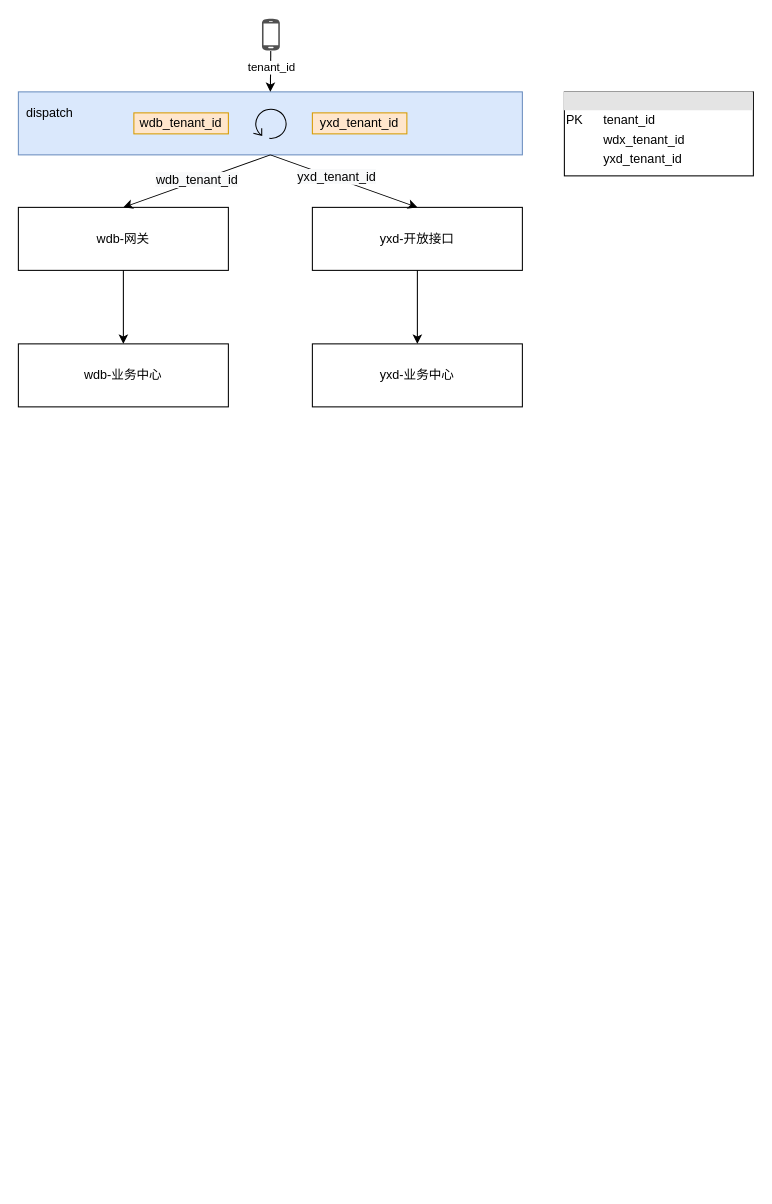
Above: 万店宝门店通融合.drawio in boyka1234/district (draw.io), before the change. Source tidied: cells renumbered, new cells numbered last; positions are measured from the earlier drawing's top-left corner, leaving out a move shared by most shapes. Both pictures are drawn from the tidied source at 105%, with x=0, y=0 at pixel (18, 18).
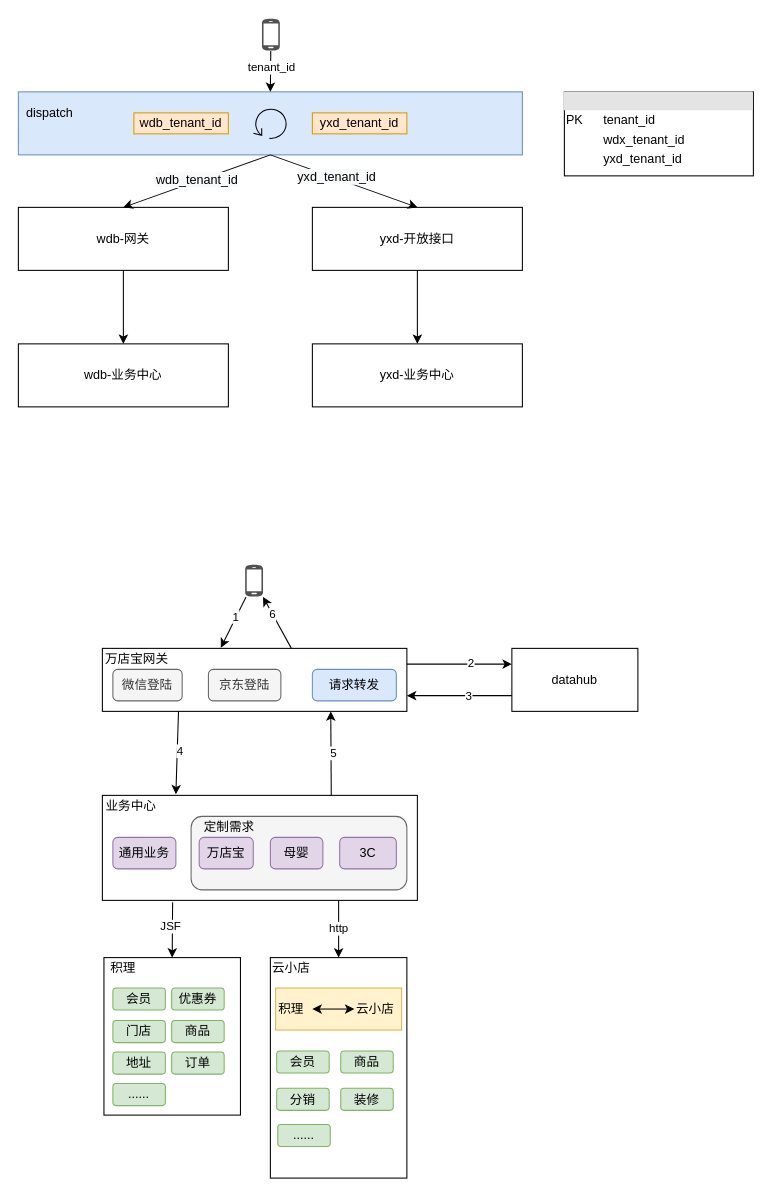
Above is the later version.

Commit message:
Update 万店宝门店通融合.drawio

The edit, as a diff of the source:
```diff
@@
+    <mxCell id="21" style="rounded=0;whiteSpace=wrap;html=1;" parent="1" vertex="1">
+      <mxGeometry x="80" y="740" width="300" height="100" as="geometry" />
+    </mxCell>
+    <mxCell id="22" style="rounded=1;whiteSpace=wrap;html=1;fillColor=#f5f5f5;strokeColor=#666666;fontColor=#333333;" parent="1" vertex="1">
+      <mxGeometry x="164.5" y="760" width="205.5" height="70" as="geometry" />
+    </mxCell>
@@
+    <mxCell id="23" style="shadow=0;dashed=0;html=1;strokeColor=none;fillColor=#505050;labelPosition=center;verticalLabelPosition=bottom;verticalAlign=top;outlineConnect=0;align=center;shape=mxgraph.office.devices.cell_phone_android_proportional;" parent="1" vertex="1">
+      <mxGeometry x="216" y="520" width="17" height="31" as="geometry" />
+    </mxCell>
+    <mxCell id="24" style="rounded=0;whiteSpace=wrap;html=1;" parent="1" vertex="1">
+      <mxGeometry x="80" y="600" width="290" height="60" as="geometry" />
+    </mxCell>
+    <mxCell id="25" value="万店宝网关" style="text;html=1;strokeColor=none;fillColor=none;align=center;verticalAlign=middle;whiteSpace=wrap;rounded=0;" parent="1" vertex="1">
+      <mxGeometry x="80" y="600" width="66" height="20" as="geometry" />
+    </mxCell>
+    <mxCell id="26" value="微信登陆" style="rounded=1;whiteSpace=wrap;html=1;fillColor=#f5f5f5;strokeColor=#666666;fontColor=#333333;" parent="1" vertex="1">
+      <mxGeometry x="90" y="620" width="66" height="30" as="geometry" />
+    </mxCell>
+    <mxCell id="27" value="京东登陆" style="rounded=1;whiteSpace=wrap;html=1;fillColor=#f5f5f5;strokeColor=#666666;fontColor=#333333;" parent="1" vertex="1">
+      <mxGeometry x="181" y="620" width="69" height="30" as="geometry" />
+    </mxCell>
+    <mxCell id="28" value="请求转发" style="rounded=1;whiteSpace=wrap;html=1;fillColor=#dae8fc;strokeColor=#6c8ebf;" parent="1" vertex="1">
+      <mxGeometry x="280" y="620" width="80" height="30" as="geometry" />
+    </mxCell>
+    <mxCell id="29" value="datahub" style="rounded=0;whiteSpace=wrap;html=1;" parent="1" vertex="1">
+      <mxGeometry x="470" y="600" width="120" height="60" as="geometry" />
+    </mxCell>
+    <mxCell id="30" style="endArrow=classic;html=1;exitX=1;exitY=0.25;exitDx=0;exitDy=0;entryX=0;entryY=0.25;entryDx=0;entryDy=0;" parent="1" edge="1" source="24" target="29">
+      <mxGeometry relative="1" as="geometry" />
+    </mxCell>
+    <mxCell id="31" value="2" style="edgeLabel;html=1;align=center;verticalAlign=middle;" parent="30" vertex="1">
+      <mxGeometry x="0.19" y="2" relative="1" as="geometry" />
+    </mxCell>
+    <mxCell id="32" style="endArrow=classic;html=1;exitX=0;exitY=0.75;exitDx=0;exitDy=0;entryX=1;entryY=0.75;entryDx=0;entryDy=0;" parent="1" edge="1" source="29" target="24">
+      <mxGeometry relative="1" as="geometry" />
+    </mxCell>
+    <mxCell id="33" value="3" style="edgeLabel;html=1;align=center;verticalAlign=middle;" parent="32" vertex="1">
+      <mxGeometry x="-0.16" relative="1" as="geometry" />
+    </mxCell>
+    <mxCell id="34" style="endArrow=classic;html=1;entryX=0.389;entryY=-0.011;entryDx=0;entryDy=0;entryPerimeter=0;" parent="1" edge="1" source="23" target="24">
+      <mxGeometry relative="1" as="geometry" />
+    </mxCell>
+    <mxCell id="35" value="1" style="edgeLabel;html=1;align=center;verticalAlign=middle;" parent="34" vertex="1">
+      <mxGeometry x="-0.22" y="-1" relative="1" as="geometry" />
+    </mxCell>
+    <mxCell id="36" value="业务中心" style="text;html=1;strokeColor=none;fillColor=none;align=center;verticalAlign=middle;whiteSpace=wrap;rounded=0;" parent="1" vertex="1">
+      <mxGeometry x="75" y="740" width="65" height="20" as="geometry" />
+    </mxCell>
+    <mxCell id="37" style="endArrow=classic;html=1;entryX=0.75;entryY=1;entryDx=0;entryDy=0;" parent="1" edge="1" target="24">
+      <mxGeometry relative="1" as="geometry">
+        <mxPoint x="298" y="740" as="sourcePoint" />
+      </mxGeometry>
+    </mxCell>
+    <mxCell id="38" value="5" style="edgeLabel;html=1;align=center;verticalAlign=middle;" parent="37" vertex="1">
+      <mxGeometry y="-2" relative="1" as="geometry" />
+    </mxCell>
+    <mxCell id="39" style="endArrow=classic;html=1;exitX=0.25;exitY=1;exitDx=0;exitDy=0;" parent="1" edge="1" source="24">
+      <mxGeometry relative="1" as="geometry">
+        <mxPoint x="150" y="739" as="targetPoint" />
+      </mxGeometry>
+    </mxCell>
+    <mxCell id="40" value="4" style="edgeLabel;html=1;align=center;verticalAlign=middle;" parent="39" vertex="1">
+      <mxGeometry x="-0.06" y="2" relative="1" as="geometry" />
+    </mxCell>
+    <mxCell id="41" style="endArrow=classic;html=1;" parent="1" edge="1" target="23">
+      <mxGeometry relative="1" as="geometry">
+        <mxPoint x="260" y="600" as="sourcePoint" />
+      </mxGeometry>
+    </mxCell>
+    <mxCell id="42" value="6" style="edgeLabel;html=1;align=center;verticalAlign=middle;" parent="41" vertex="1">
+      <mxGeometry x="0.36" y="1" relative="1" as="geometry">
+        <mxPoint x="1" as="offset" />
+      </mxGeometry>
+    </mxCell>
+    <mxCell id="43" style="rounded=0;whiteSpace=wrap;html=1;" parent="1" vertex="1">
+      <mxGeometry x="81.5" y="894.5" width="130" height="150" as="geometry" />
+    </mxCell>
+    <mxCell id="44" value="积理" style="text;html=1;strokeColor=none;fillColor=none;align=center;verticalAlign=middle;whiteSpace=wrap;rounded=0;" parent="1" vertex="1">
+      <mxGeometry x="80" y="894.5" width="40" height="20" as="geometry" />
+    </mxCell>
+    <mxCell id="45" value="会员" style="rounded=1;whiteSpace=wrap;html=1;fillColor=#d5e8d4;strokeColor=#82b366;" parent="1" vertex="1">
+      <mxGeometry x="90" y="923.5" width="50" height="21" as="geometry" />
+    </mxCell>
+    <mxCell id="46" value="优惠券" style="rounded=1;whiteSpace=wrap;html=1;fillColor=#d5e8d4;strokeColor=#82b366;" parent="1" vertex="1">
+      <mxGeometry x="146" y="923.5" width="50" height="21" as="geometry" />
+    </mxCell>
+    <mxCell id="47" value="门店" style="rounded=1;whiteSpace=wrap;html=1;fillColor=#d5e8d4;strokeColor=#82b366;" parent="1" vertex="1">
+      <mxGeometry x="90" y="954.5" width="50" height="21" as="geometry" />
+    </mxCell>
+    <mxCell id="48" value="商品" style="rounded=1;whiteSpace=wrap;html=1;fillColor=#d5e8d4;strokeColor=#82b366;" parent="1" vertex="1">
+      <mxGeometry x="146" y="954.5" width="50" height="21" as="geometry" />
+    </mxCell>
+    <mxCell id="49" value="地址" style="rounded=1;whiteSpace=wrap;html=1;fillColor=#d5e8d4;strokeColor=#82b366;" parent="1" vertex="1">
+      <mxGeometry x="90" y="984.5" width="50" height="21" as="geometry" />
+    </mxCell>
+    <mxCell id="50" value="订单" style="rounded=1;whiteSpace=wrap;html=1;fillColor=#d5e8d4;strokeColor=#82b366;" parent="1" vertex="1">
+      <mxGeometry x="146" y="984.5" width="50" height="21" as="geometry" />
+    </mxCell>
+    <mxCell id="51" value="......" style="rounded=1;whiteSpace=wrap;html=1;fillColor=#d5e8d4;strokeColor=#82b366;" parent="1" vertex="1">
+      <mxGeometry x="90" y="1014.5" width="50" height="21" as="geometry" />
+    </mxCell>
+    <mxCell id="52" style="rounded=0;whiteSpace=wrap;html=1;" parent="1" vertex="1">
+      <mxGeometry x="240" y="894.5" width="130" height="210" as="geometry" />
+    </mxCell>
+    <mxCell id="53" value="云小店" style="text;html=1;strokeColor=none;fillColor=none;align=center;verticalAlign=middle;whiteSpace=wrap;rounded=0;" parent="1" vertex="1">
+      <mxGeometry x="240" y="894.5" width="40" height="20" as="geometry" />
+    </mxCell>
+    <mxCell id="54" value="会员" style="rounded=1;whiteSpace=wrap;html=1;fillColor=#d5e8d4;strokeColor=#82b366;" parent="1" vertex="1">
+      <mxGeometry x="246" y="983.5" width="50" height="21" as="geometry" />
+    </mxCell>
+    <mxCell id="55" value="商品" style="rounded=1;whiteSpace=wrap;html=1;fillColor=#d5e8d4;strokeColor=#82b366;" parent="1" vertex="1">
+      <mxGeometry x="307" y="983.5" width="50" height="21" as="geometry" />
+    </mxCell>
+    <mxCell id="56" value="分销" style="rounded=1;whiteSpace=wrap;html=1;fillColor=#d5e8d4;strokeColor=#82b366;" parent="1" vertex="1">
+      <mxGeometry x="246" y="1019" width="50" height="21" as="geometry" />
+    </mxCell>
+    <mxCell id="57" value="装修" style="rounded=1;whiteSpace=wrap;html=1;fillColor=#d5e8d4;strokeColor=#82b366;" parent="1" vertex="1">
+      <mxGeometry x="307" y="1019" width="50" height="21" as="geometry" />
+    </mxCell>
+    <mxCell id="58" value="......" style="rounded=1;whiteSpace=wrap;html=1;fillColor=#d5e8d4;strokeColor=#82b366;" parent="1" vertex="1">
+      <mxGeometry x="247" y="1053.5" width="50" height="21" as="geometry" />
+    </mxCell>
+    <mxCell id="59" style="rounded=0;whiteSpace=wrap;html=1;fillColor=#fff2cc;strokeColor=#d6b656;" parent="1" vertex="1">
+      <mxGeometry x="245" y="923.5" width="120" height="40" as="geometry" />
+    </mxCell>
+    <mxCell id="60" value="积理" style="text;html=1;strokeColor=none;fillColor=none;align=center;verticalAlign=middle;whiteSpace=wrap;rounded=0;" parent="1" vertex="1">
+      <mxGeometry x="240" y="933.5" width="40" height="20" as="geometry" />
+    </mxCell>
+    <mxCell id="61" value="云小店" style="text;html=1;strokeColor=none;fillColor=none;align=center;verticalAlign=middle;whiteSpace=wrap;rounded=0;" parent="1" vertex="1">
+      <mxGeometry x="320" y="933.5" width="40" height="20" as="geometry" />
+    </mxCell>
+    <mxCell id="62" style="endArrow=classic;startArrow=classic;html=1;exitX=1;exitY=0.5;exitDx=0;exitDy=0;entryX=0;entryY=0.5;entryDx=0;entryDy=0;" parent="1" edge="1" source="60" target="61">
+      <mxGeometry relative="1" as="geometry" />
+    </mxCell>
+    <mxCell id="63" style="edgeStyle=orthogonalEdgeStyle;rounded=0;orthogonalLoop=1;jettySize=auto;html=1;exitX=0.5;exitY=1;exitDx=0;exitDy=0;" parent="1" edge="1" source="52" target="52">
+      <mxGeometry relative="1" as="geometry" />
+    </mxCell>
+    <mxCell id="64" value="万店宝" style="rounded=1;whiteSpace=wrap;html=1;fillColor=#e1d5e7;strokeColor=#9673a6;" parent="1" vertex="1">
+      <mxGeometry x="172.2" y="780" width="51.5" height="30" as="geometry" />
+    </mxCell>
+    <mxCell id="65" value="母婴" style="rounded=1;whiteSpace=wrap;html=1;fillColor=#e1d5e7;strokeColor=#9673a6;" parent="1" vertex="1">
+      <mxGeometry x="240" y="780" width="50" height="30" as="geometry" />
+    </mxCell>
+    <mxCell id="66" value="3C" style="rounded=1;whiteSpace=wrap;html=1;fillColor=#e1d5e7;strokeColor=#9673a6;" parent="1" vertex="1">
+      <mxGeometry x="306" y="780" width="54" height="30" as="geometry" />
+    </mxCell>
+    <mxCell id="67" value="通用业务" style="rounded=1;whiteSpace=wrap;html=1;fillColor=#e1d5e7;strokeColor=#9673a6;" parent="1" vertex="1">
+      <mxGeometry x="90" y="780" width="60" height="30" as="geometry" />
+    </mxCell>
+    <mxCell id="68" value="定制需求" style="text;html=1;strokeColor=none;fillColor=none;align=center;verticalAlign=middle;whiteSpace=wrap;rounded=0;" parent="1" vertex="1">
+      <mxGeometry x="172" y="760" width="58" height="20" as="geometry" />
+    </mxCell>
+    <mxCell id="69" value="http" style="endArrow=classic;html=1;entryX=0.5;entryY=0;entryDx=0;entryDy=0;exitX=0.75;exitY=1;exitDx=0;exitDy=0;" parent="1" edge="1" source="21" target="52">
+      <mxGeometry relative="1" as="geometry" />
+    </mxCell>
+    <mxCell id="70" style="endArrow=classic;html=1;exitX=0.223;exitY=1.018;exitDx=0;exitDy=0;entryX=0.5;entryY=0;entryDx=0;entryDy=0;exitPerimeter=0;" parent="1" edge="1" source="21" target="43">
+      <mxGeometry relative="1" as="geometry" />
+    </mxCell>
+    <mxCell id="71" value="JSF" style="edgeLabel;html=1;align=center;verticalAlign=middle;" parent="70" vertex="1">
+      <mxGeometry x="-0.14" y="-2" relative="1" as="geometry" />
+    </mxCell>
```
